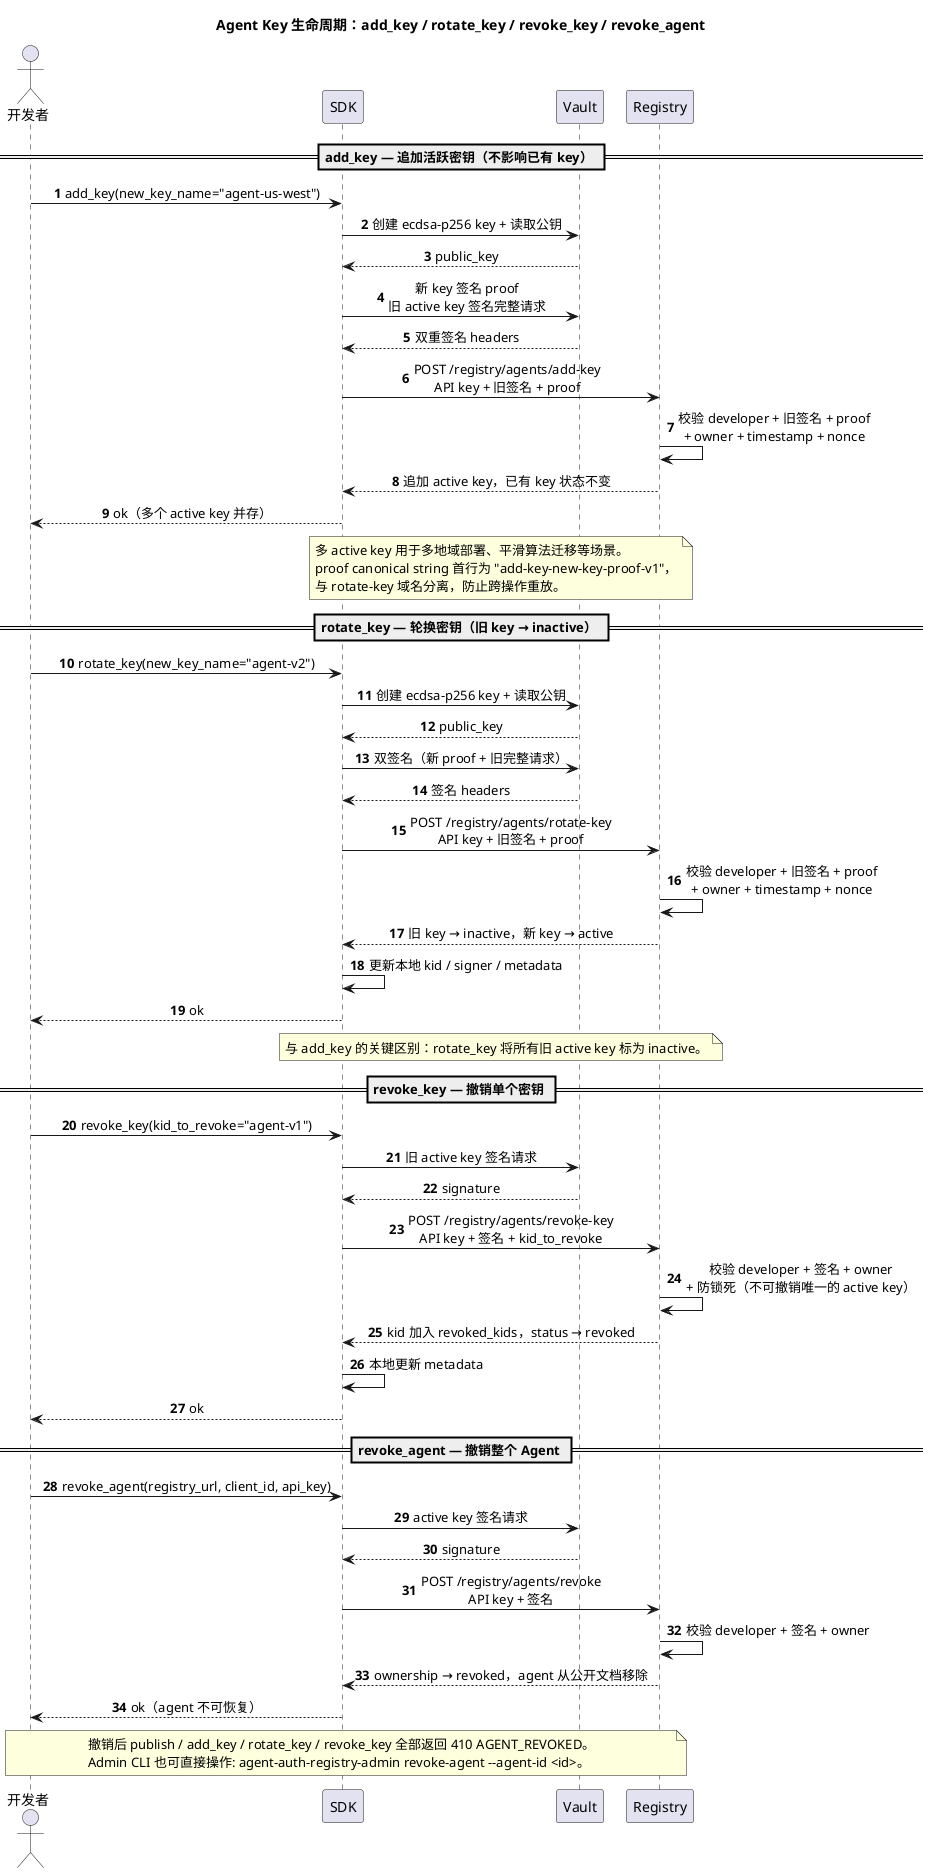
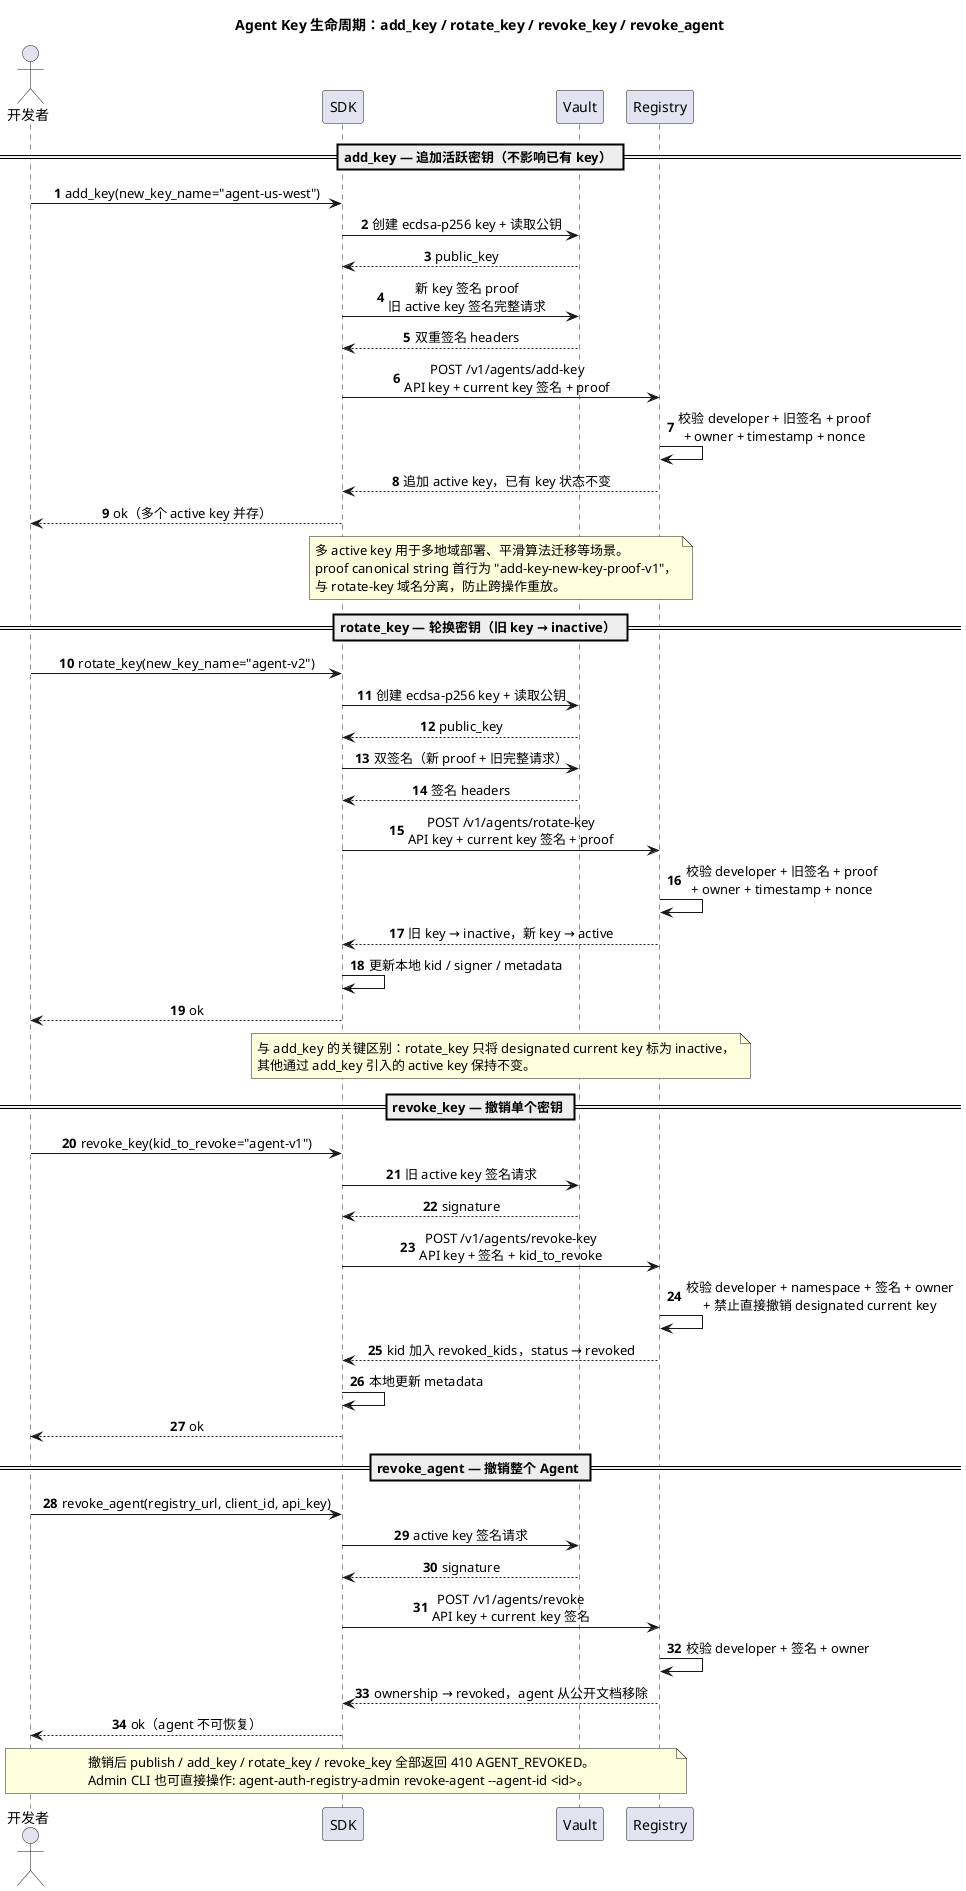
@startuml
title Agent Key 生命周期：add_key / rotate_key / revoke_key / revoke_agent

skinparam shadowing false
skinparam sequenceMessageAlign center
skinparam responseMessageBelowArrow true

<style>
  participant { Padding 28 }
  box { Padding 10 }
</style>

autonumber

actor "开发者" as Dev
participant "SDK" as SDK
participant "Vault" as Vault
participant "Registry" as Registry

== add_key — 追加活跃密钥（不影响已有 key） ==

Dev -> SDK : add_key(new_key_name="agent-us-west")
SDK -> Vault : 创建 ecdsa-p256 key + 读取公钥
Vault --> SDK : public_key
SDK -> Vault : 新 key 签名 proof\n旧 active key 签名完整请求
Vault --> SDK : 双重签名 headers
- SDK -> Registry : POST /registry/agents/add-key\nAPI key + 旧签名 + proof
+ SDK -> Registry : POST /v1/agents/add-key\nAPI key + current key 签名 + proof
Registry -> Registry : 校验 developer + 旧签名 + proof\n+ owner + timestamp + nonce
Registry --> SDK : 追加 active key，已有 key 状态不变
SDK --> Dev : ok（多个 active key 并存）

note over SDK, Registry
多 active key 用于多地域部署、平滑算法迁移等场景。
proof canonical string 首行为 "add-key-new-key-proof-v1"，
与 rotate-key 域名分离，防止跨操作重放。
end note

== rotate_key — 轮换密钥（旧 key → inactive） ==

Dev -> SDK : rotate_key(new_key_name="agent-v2")
SDK -> Vault : 创建 ecdsa-p256 key + 读取公钥
Vault --> SDK : public_key
SDK -> Vault : 双签名（新 proof + 旧完整请求）
Vault --> SDK : 签名 headers
- SDK -> Registry : POST /registry/agents/rotate-key\nAPI key + 旧签名 + proof
+ SDK -> Registry : POST /v1/agents/rotate-key\nAPI key + current key 签名 + proof
Registry -> Registry : 校验 developer + 旧签名 + proof\n+ owner + timestamp + nonce
Registry --> SDK : 旧 key → inactive，新 key → active
SDK -> SDK : 更新本地 kid / signer / metadata
SDK --> Dev : ok

note over SDK, Registry
- 与 add_key 的关键区别：rotate_key 将所有旧 active key 标为 inactive。
+ 与 add_key 的关键区别：rotate_key 只将 designated current key 标为 inactive，
+ 其他通过 add_key 引入的 active key 保持不变。
end note

== revoke_key — 撤销单个密钥 ==

Dev -> SDK : revoke_key(kid_to_revoke="agent-v1")
SDK -> Vault : 旧 active key 签名请求
Vault --> SDK : signature
- SDK -> Registry : POST /registry/agents/revoke-key\nAPI key + 签名 + kid_to_revoke
- Registry -> Registry : 校验 developer + 签名 + owner\n+ 防锁死（不可撤销唯一的 active key）
+ SDK -> Registry : POST /v1/agents/revoke-key\nAPI key + 签名 + kid_to_revoke
+ Registry -> Registry : 校验 developer + namespace + 签名 + owner\n+ 禁止直接撤销 designated current key
Registry --> SDK : kid 加入 revoked_kids，status → revoked
SDK -> SDK : 本地更新 metadata
SDK --> Dev : ok

== revoke_agent — 撤销整个 Agent ==

Dev -> SDK : revoke_agent(registry_url, client_id, api_key)
SDK -> Vault : active key 签名请求
Vault --> SDK : signature
- SDK -> Registry : POST /registry/agents/revoke\nAPI key + 签名
+ SDK -> Registry : POST /v1/agents/revoke\nAPI key + current key 签名
Registry -> Registry : 校验 developer + 签名 + owner
Registry --> SDK : ownership → revoked，agent 从公开文档移除
SDK --> Dev : ok（agent 不可恢复）

note over Dev, Registry
撤销后 publish / add_key / rotate_key / revoke_key 全部返回 410 AGENT_REVOKED。
Admin CLI 也可直接操作: agent-auth-registry-admin revoke-agent --agent-id <id>。
end note

@enduml
